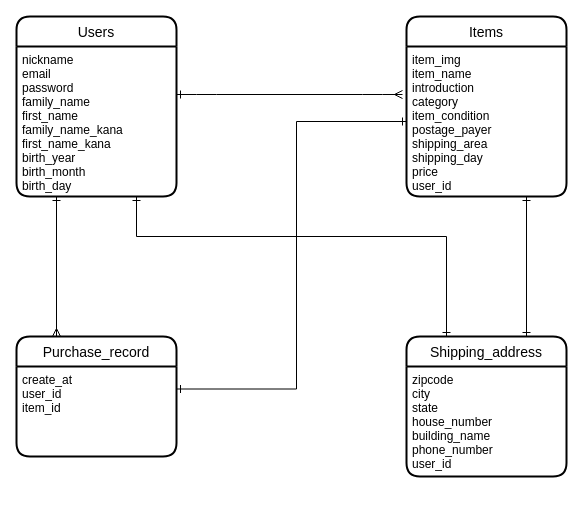
missa0205/furima-32101 keeps this draw.io diagram as furima.dio. Above is the earlier version. Source tidied: cells renumbered, new cells numbered last; positions are measured from the earlier drawing's top-left corner, leaving out a move shared by most shapes. Both pictures are drawn from the tidied source at 100%, with x=0, y=0 at pixel (16, 16).
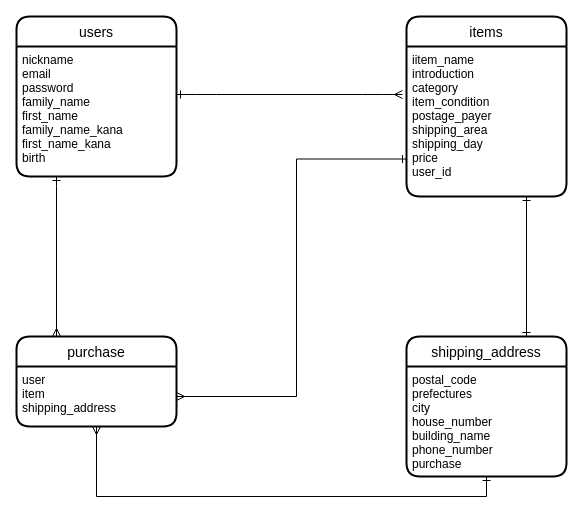
After the change.

Commit message (it also covers changes not shown here):
DB設計指摘箇所の修正

What changed in the source:
```diff
@@
-    <mxCell id="2" value="Users" style="swimlane;horizontal=1;startSize=30;rounded=1;fontSize=14;fontStyle=0;strokeWidth=2;shadow=0;dashed=0;align=center;" parent="1" vertex="1">
-      <mxGeometry width="160" height="180" as="geometry" />
+    <mxCell id="2" value="users" style="swimlane;horizontal=1;startSize=30;rounded=1;fontSize=14;fontStyle=0;strokeWidth=2;shadow=0;dashed=0;align=center;" parent="1" vertex="1">
+      <mxGeometry width="160" height="160" as="geometry" />
     </mxCell>
-    <mxCell id="3" value="nickname&#10;email&#10;password&#10;family_name&#10;first_name&#10;family_name_kana&#10;first_name_kana&#10;birth_year&#10;birth_month&#10;birth_day" style="align=left;strokeColor=none;fillColor=none;spacingLeft=4;fontSize=12;verticalAlign=top;" parent="2" vertex="1">
-      <mxGeometry y="30" width="160" height="150" as="geometry" />
+    <mxCell id="3" value="nickname&#10;email&#10;password&#10;family_name&#10;first_name&#10;family_name_kana&#10;first_name_kana&#10;birth" style="align=left;strokeColor=none;fillColor=none;spacingLeft=4;fontSize=12;verticalAlign=top;" parent="2" vertex="1">
+      <mxGeometry y="30" width="160" height="130" as="geometry" />
     </mxCell>
-    <mxCell id="4" value="Items" style="swimlane;horizontal=1;startSize=30;rounded=1;fontSize=14;fontStyle=0;strokeWidth=2;shadow=0;dashed=0;align=center;" parent="1" vertex="1">
+    <mxCell id="4" value="items" style="swimlane;horizontal=1;startSize=30;rounded=1;fontSize=14;fontStyle=0;strokeWidth=2;shadow=0;dashed=0;align=center;" parent="1" vertex="1">
       <mxGeometry x="390" width="160" height="180" as="geometry" />
     </mxCell>
-    <mxCell id="5" value="item_img&#10;item_name&#10;introduction&#10;category&#10;item_condition&#10;postage_payer&#10;shipping_area&#10;shipping_day&#10;price&#10;user_id&#10;" style="align=left;strokeColor=none;fillColor=none;spacingLeft=4;fontSize=12;verticalAlign=top;" parent="4" vertex="1">
+    <mxCell id="5" value="iitem_name&#10;introduction&#10;category&#10;item_condition&#10;postage_payer&#10;shipping_area&#10;shipping_day&#10;price&#10;user_id&#10;" style="align=left;strokeColor=none;fillColor=none;spacingLeft=4;fontSize=12;verticalAlign=top;" parent="4" vertex="1">
       <mxGeometry y="30" width="160" height="150" as="geometry" />
     </mxCell>
@@
-    <mxCell id="8" value="Purchase_record" style="swimlane;horizontal=1;startSize=30;rounded=1;fontSize=14;fontStyle=0;strokeWidth=2;shadow=0;dashed=0;align=center;" parent="1" vertex="1">
-      <mxGeometry y="320" width="160" height="120" as="geometry" />
+    <mxCell id="8" value="purchase" style="swimlane;horizontal=1;startSize=30;rounded=1;fontSize=14;fontStyle=0;strokeWidth=2;shadow=0;dashed=0;align=center;" parent="1" vertex="1">
+      <mxGeometry y="320" width="160" height="90" as="geometry" />
     </mxCell>
-    <mxCell id="9" value="create_at&#10;user_id&#10;item_id" style="align=left;strokeColor=none;fillColor=none;spacingLeft=4;fontSize=12;verticalAlign=top;" parent="8" vertex="1">
-      <mxGeometry y="30" width="160" height="90" as="geometry" />
+    <mxCell id="9" value="user&#10;item&#10;shipping_address" style="align=left;strokeColor=none;fillColor=none;spacingLeft=4;fontSize=12;verticalAlign=top;" parent="8" vertex="1">
+      <mxGeometry y="30" width="160" height="60" as="geometry" />
     </mxCell>
-    <mxCell id="10" style="edgeStyle=orthogonalEdgeStyle;rounded=0;jettySize=auto;html=1;exitX=0.25;exitY=0;exitDx=0;exitDy=0;entryX=0.75;entryY=1;entryDx=0;entryDy=0;startArrow=ERone;startFill=0;endArrow=ERone;endFill=0;" parent="1" edge="1" source="12" target="3">
-      <mxGeometry relative="1" as="geometry">
-        <Array as="points">
-          <mxPoint x="430" y="220" />
-          <mxPoint x="120" y="220" />
-        </Array>
-      </mxGeometry>
-    </mxCell>
@@
-    <mxCell id="12" value="Shipping_address" style="swimlane;horizontal=1;startSize=30;rounded=1;fontSize=14;fontStyle=0;strokeWidth=2;shadow=0;dashed=0;align=center;" parent="1" vertex="1">
+    <mxCell id="12" value="shipping_address" style="swimlane;horizontal=1;startSize=30;rounded=1;fontSize=14;fontStyle=0;strokeWidth=2;shadow=0;dashed=0;align=center;" parent="1" vertex="1">
       <mxGeometry x="390" y="320" width="160" height="140" as="geometry" />
     </mxCell>
-    <mxCell id="13" value="zipcode&#10;city&#10;state&#10;house_number&#10;building_name&#10;phone_number&#10;user_id" style="align=left;strokeColor=none;fillColor=none;spacingLeft=4;fontSize=12;verticalAlign=top;" parent="12" vertex="1">
+    <mxCell id="13" value="postal_code&#10;prefectures&#10;city&#10;house_number&#10;building_name&#10;phone_number&#10;purchase" style="align=left;strokeColor=none;fillColor=none;spacingLeft=4;fontSize=12;verticalAlign=top;" parent="12" vertex="1">
       <mxGeometry y="30" width="160" height="110" as="geometry" />
     </mxCell>
-    <mxCell id="14" style="edgeStyle=orthogonalEdgeStyle;rounded=0;jettySize=auto;html=1;exitX=1;exitY=0.25;exitDx=0;exitDy=0;entryX=0;entryY=0.5;entryDx=0;entryDy=0;startArrow=ERone;startFill=0;endArrow=ERone;endFill=0;" parent="1" edge="1" source="9" target="5">
+    <mxCell id="14" style="edgeStyle=orthogonalEdgeStyle;rounded=0;jettySize=auto;html=1;exitX=1;exitY=0.5;exitDx=0;exitDy=0;entryX=0;entryY=0.75;entryDx=0;entryDy=0;startArrow=ERmany;startFill=0;endArrow=ERone;endFill=0;" parent="1" edge="1" source="9" target="5">
       <mxGeometry relative="1" as="geometry">
         <Array as="points">
-          <mxPoint x="280" y="373" />
-          <mxPoint x="280" y="105" />
+          <mxPoint x="280" y="380" />
+          <mxPoint x="280" y="143" />
         </Array>
       </mxGeometry>
     </mxCell>
+    <mxCell id="15" style="edgeStyle=orthogonalEdgeStyle;rounded=0;jettySize=auto;html=1;exitX=0.5;exitY=1;exitDx=0;exitDy=0;entryX=0.5;entryY=1;entryDx=0;entryDy=0;startArrow=ERone;startFill=0;endArrow=ERmany;endFill=0;" parent="1" edge="1" source="13" target="9">
+      <mxGeometry relative="1" as="geometry" />
+    </mxCell>
```
